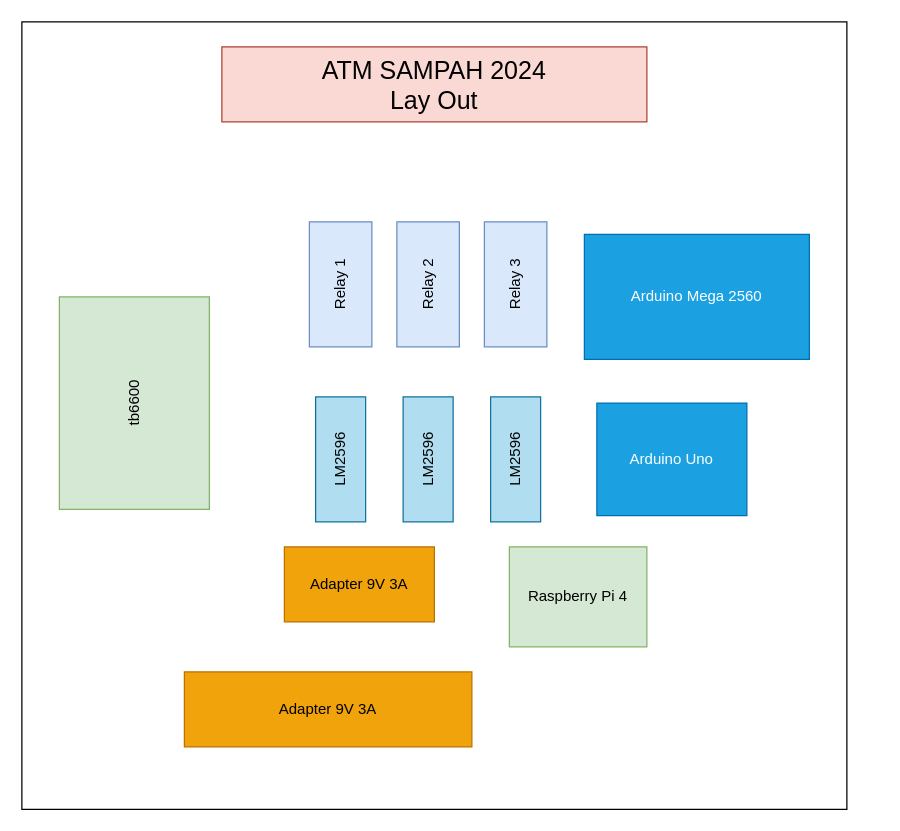
Above: DIAGRAM/ATM Sampah 2024 Diagram.drawio in agussupriadiaria/AtmSampah2024 (draw.io), before the change. Source tidied: cells renumbered, new cells numbered last; positions are measured from the earlier drawing's top-left corner, leaving out a move shared by most shapes. Both pictures are drawn from the tidied source at 125%, with x=0, y=0 at pixel (21, 21).
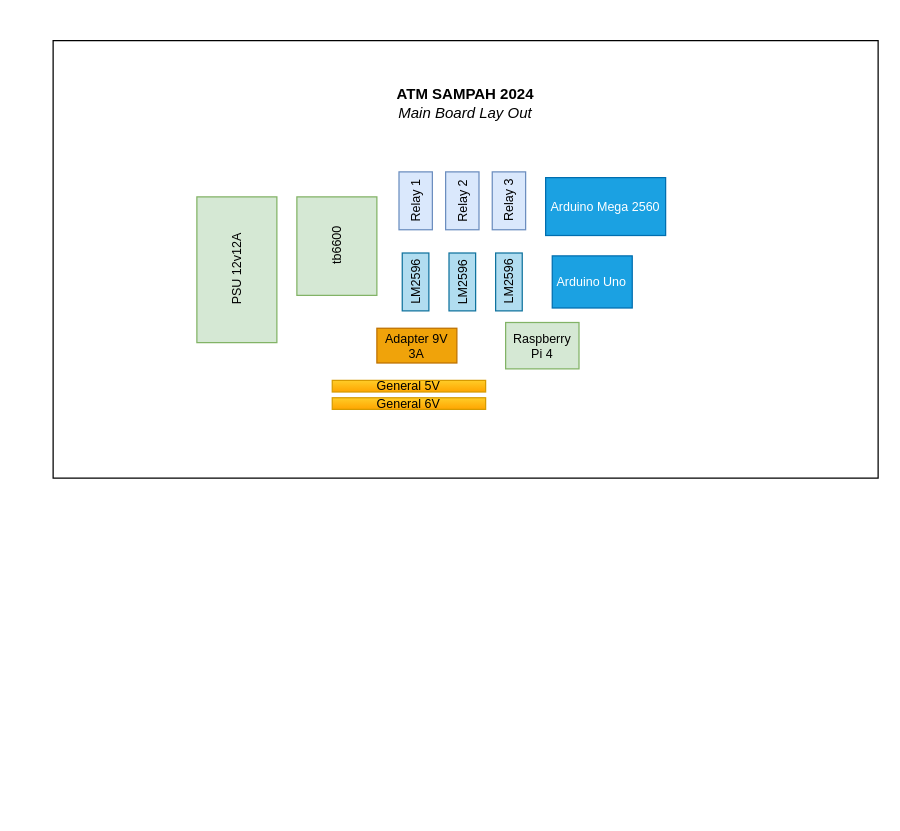
The same diagram, later.

The edit, as a diff of the source:
```diff
@@
 <mxGraphModel>
   <root>
     <mxCell id="0" />
     <mxCell id="1" parent="0" />
     <mxCell id="2" style="rounded=0;whiteSpace=wrap;html=1;" parent="1" vertex="1">
-      <mxGeometry width="660" height="630" as="geometry" />
+      <mxGeometry x="25" y="15" width="660" height="350" as="geometry" />
     </mxCell>
-    <mxCell id="3" value="&lt;font style=&quot;font-size: 20px;&quot;&gt;ATM SAMPAH 2024&lt;/font&gt;&lt;div style=&quot;font-size: 20px;&quot;&gt;&lt;font style=&quot;font-size: 20px;&quot;&gt;Lay Out&lt;/font&gt;&lt;/div&gt;" style="rounded=0;whiteSpace=wrap;html=1;strokeColor=#ae4132;fillColor=#fad9d5;fillStyle=solid;" parent="1" vertex="1">
-      <mxGeometry x="160" y="20" width="340" height="60" as="geometry" />
+    <mxCell id="3" value="&lt;font style=&quot;font-size: 12px;&quot;&gt;ATM SAMPAH 2024&lt;/font&gt;&lt;div style=&quot;font-size: 12px;&quot;&gt;&lt;font style=&quot;font-size: 12px; font-weight: normal;&quot;&gt;&lt;i&gt;Main Board Lay Out&lt;/i&gt;&lt;/font&gt;&lt;/div&gt;" style="rounded=0;whiteSpace=wrap;html=1;strokeColor=none;fillColor=none;fillStyle=solid;fontSize=12;fontStyle=1;" parent="1" vertex="1">
+      <mxGeometry x="250" y="50" width="210" height="30" as="geometry" />
     </mxCell>
-    <mxCell id="4" value="tb6600" style="rounded=0;whiteSpace=wrap;html=1;fillColor=#d5e8d4;strokeColor=#82b366;horizontal=0;" parent="1" vertex="1">
-      <mxGeometry x="30" y="220" width="120" height="170" as="geometry" />
+    <mxCell id="4" value="tb6600" style="rounded=0;whiteSpace=wrap;html=1;fillColor=#d5e8d4;strokeColor=#82b366;horizontal=0;fontSize=10;" parent="1" vertex="1">
+      <mxGeometry x="220" y="140" width="64" height="78.8" as="geometry" />
     </mxCell>
-    <mxCell id="5" value="Relay 1" style="rounded=0;whiteSpace=wrap;html=1;fillColor=#dae8fc;strokeColor=#6c8ebf;horizontal=0;" parent="1" vertex="1">
-      <mxGeometry x="230" y="160" width="50" height="100" as="geometry" />
+    <mxCell id="5" value="Relay 1" style="rounded=0;whiteSpace=wrap;html=1;fillColor=#dae8fc;strokeColor=#6c8ebf;horizontal=0;fontSize=10;" parent="1" vertex="1">
+      <mxGeometry x="301.7" y="120" width="26.7" height="46.3" as="geometry" />
     </mxCell>
-    <mxCell id="6" value="Relay 2" style="rounded=0;whiteSpace=wrap;html=1;fillColor=#dae8fc;strokeColor=#6c8ebf;horizontal=0;" parent="1" vertex="1">
-      <mxGeometry x="300" y="160" width="50" height="100" as="geometry" />
+    <mxCell id="6" value="Relay 2" style="rounded=0;whiteSpace=wrap;html=1;fillColor=#dae8fc;strokeColor=#6c8ebf;horizontal=0;fontSize=10;" parent="1" vertex="1">
+      <mxGeometry x="339" y="120" width="26.7" height="46.3" as="geometry" />
     </mxCell>
-    <mxCell id="7" value="Relay 3" style="rounded=0;whiteSpace=wrap;html=1;fillColor=#dae8fc;strokeColor=#6c8ebf;horizontal=0;" parent="1" vertex="1">
-      <mxGeometry x="370" y="160" width="50" height="100" as="geometry" />
+    <mxCell id="7" value="Relay 3" style="rounded=0;whiteSpace=wrap;html=1;fillColor=#dae8fc;strokeColor=#6c8ebf;horizontal=0;fontSize=10;" parent="1" vertex="1">
+      <mxGeometry x="376.3" y="120" width="26.7" height="46.3" as="geometry" />
     </mxCell>
-    <mxCell id="8" value="LM2596" style="rounded=0;whiteSpace=wrap;horizontal=0;fillColor=#b1ddf0;strokeColor=#10739e;" parent="1" vertex="1">
-      <mxGeometry x="235" y="300" width="40" height="100" as="geometry" />
+    <mxCell id="8" value="LM2596" style="rounded=0;whiteSpace=wrap;horizontal=0;fillColor=#b1ddf0;strokeColor=#10739e;fontSize=10;" parent="1" vertex="1">
+      <mxGeometry x="304.3" y="184.9" width="21.3" height="46.3" as="geometry" />
     </mxCell>
-    <mxCell id="9" value="LM2596" style="rounded=0;whiteSpace=wrap;horizontal=0;fillColor=#b1ddf0;strokeColor=#10739e;" parent="1" vertex="1">
-      <mxGeometry x="305" y="300" width="40" height="100" as="geometry" />
+    <mxCell id="9" value="LM2596" style="rounded=0;whiteSpace=wrap;horizontal=0;fillColor=#b1ddf0;strokeColor=#10739e;fontSize=10;" parent="1" vertex="1">
+      <mxGeometry x="341.7" y="184.9" width="21.3" height="46.3" as="geometry" />
     </mxCell>
-    <mxCell id="10" value="LM2596" style="rounded=0;whiteSpace=wrap;horizontal=0;fillColor=#b1ddf0;strokeColor=#10739e;" parent="1" vertex="1">
-      <mxGeometry x="375" y="300" width="40" height="100" as="geometry" />
+    <mxCell id="10" value="LM2596" style="rounded=0;whiteSpace=wrap;horizontal=0;fillColor=#b1ddf0;strokeColor=#10739e;fontSize=10;" parent="1" vertex="1">
+      <mxGeometry x="379" y="184.9" width="21.3" height="46.3" as="geometry" />
     </mxCell>
-    <mxCell id="11" value="Adapter 9V 3A" style="rounded=0;whiteSpace=wrap;html=1;fillColor=#f0a30a;fontColor=#000000;strokeColor=#BD7000;" parent="1" vertex="1">
-      <mxGeometry x="210" y="420" width="120" height="60" as="geometry" />
+    <mxCell id="11" value="Adapter 9V 3A" style="rounded=0;whiteSpace=wrap;html=1;fillColor=#f0a30a;fontColor=#000000;strokeColor=#BD7000;fontSize=10;" parent="1" vertex="1">
+      <mxGeometry x="284" y="245.1" width="64" height="27.8" as="geometry" />
     </mxCell>
-    <mxCell id="12" value="Arduino Mega 2560" style="rounded=0;whiteSpace=wrap;html=1;fillColor=#1ba1e2;fontColor=#ffffff;strokeColor=#006EAF;" parent="1" vertex="1">
-      <mxGeometry x="450" y="170" width="180" height="100" as="geometry" />
+    <mxCell id="12" value="Arduino Mega 2560" style="rounded=0;whiteSpace=wrap;html=1;fillColor=#1ba1e2;fontColor=#ffffff;strokeColor=#006EAF;fontSize=10;" parent="1" vertex="1">
+      <mxGeometry x="419" y="124.6" width="96" height="46.3" as="geometry" />
     </mxCell>
-    <mxCell id="13" value="Arduino Uno" style="rounded=0;whiteSpace=wrap;html=1;fillColor=#1ba1e2;fontColor=#ffffff;strokeColor=#006EAF;" parent="1" vertex="1">
-      <mxGeometry x="460" y="305" width="120" height="90" as="geometry" />
+    <mxCell id="13" value="Arduino Uno" style="rounded=0;whiteSpace=wrap;html=1;fillColor=#1ba1e2;fontColor=#ffffff;strokeColor=#006EAF;fontSize=10;" parent="1" vertex="1">
+      <mxGeometry x="424.3" y="187.2" width="64" height="41.7" as="geometry" />
     </mxCell>
-    <mxCell id="14" value="Raspberry Pi 4" style="rounded=0;whiteSpace=wrap;html=1;fillColor=#d5e8d4;strokeColor=#82b366;" parent="1" vertex="1">
-      <mxGeometry x="390" y="420" width="110" height="80" as="geometry" />
+    <mxCell id="14" value="Raspberry Pi 4" style="rounded=0;whiteSpace=wrap;html=1;fillColor=#d5e8d4;strokeColor=#82b366;fontSize=10;" parent="1" vertex="1">
+      <mxGeometry x="387" y="240.5" width="58.7" height="37.1" as="geometry" />
     </mxCell>
-    <mxCell id="15" value="Adapter 9V 3A" style="rounded=0;whiteSpace=wrap;html=1;fillColor=#f0a30a;fontColor=#000000;strokeColor=#BD7000;" parent="1" vertex="1">
-      <mxGeometry x="130" y="520" width="230" height="60" as="geometry" />
+    <mxCell id="15" value="General 5V" style="rounded=0;whiteSpace=wrap;html=1;fillColor=#ffcd28;strokeColor=#d79b00;gradientColor=#ffa500;fontSize=10;" parent="1" vertex="1">
+      <mxGeometry x="248.3" y="286.8" width="122.7" height="9.3" as="geometry" />
     </mxCell>
+    <mxCell id="16" value="General 6V" style="rounded=0;whiteSpace=wrap;html=1;fillColor=#ffcd28;strokeColor=#d79b00;gradientColor=#ffa500;fontSize=10;" parent="1" vertex="1">
+      <mxGeometry x="248.3" y="300.7" width="122.7" height="9.3" as="geometry" />
+    </mxCell>
+    <mxCell id="17" value="PSU 12v12A" style="rounded=0;whiteSpace=wrap;html=1;fillColor=#d5e8d4;strokeColor=#82b366;horizontal=0;fontSize=10;" parent="1" vertex="1">
+      <mxGeometry x="140" y="140" width="64" height="116.6" as="geometry" />
+    </mxCell>
   </root>
 </mxGraphModel>
```
